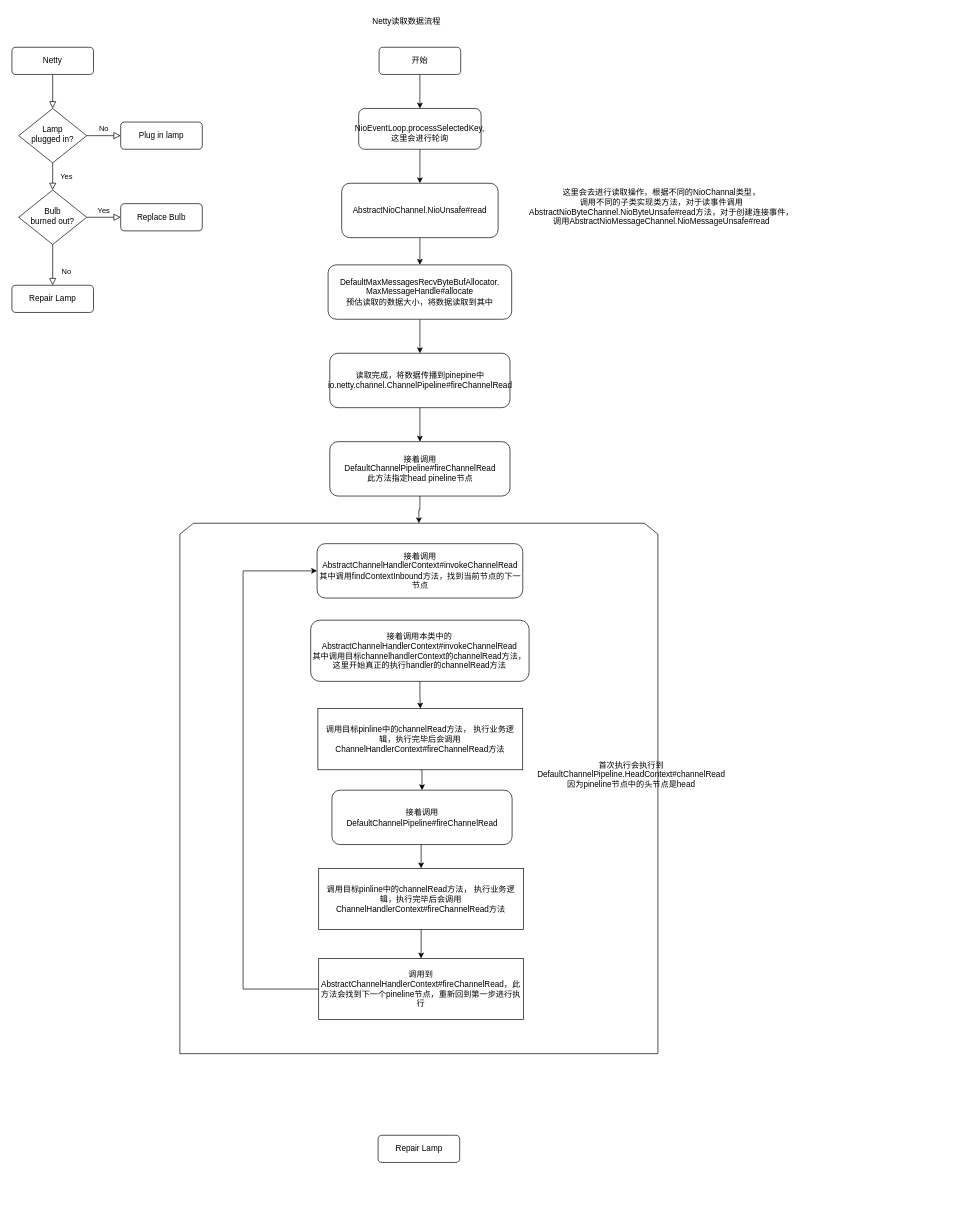
Before: Netty启动.drawio in chenxiOnEarth/diagram, a draw.io diagram. Source tidied: cells renumbered, new cells numbered last; positions are measured from the earlier drawing's top-left corner, leaving out a move shared by most shapes. Both pictures are drawn from the tidied source at 68%, with x=0, y=0 at pixel (12, 12).
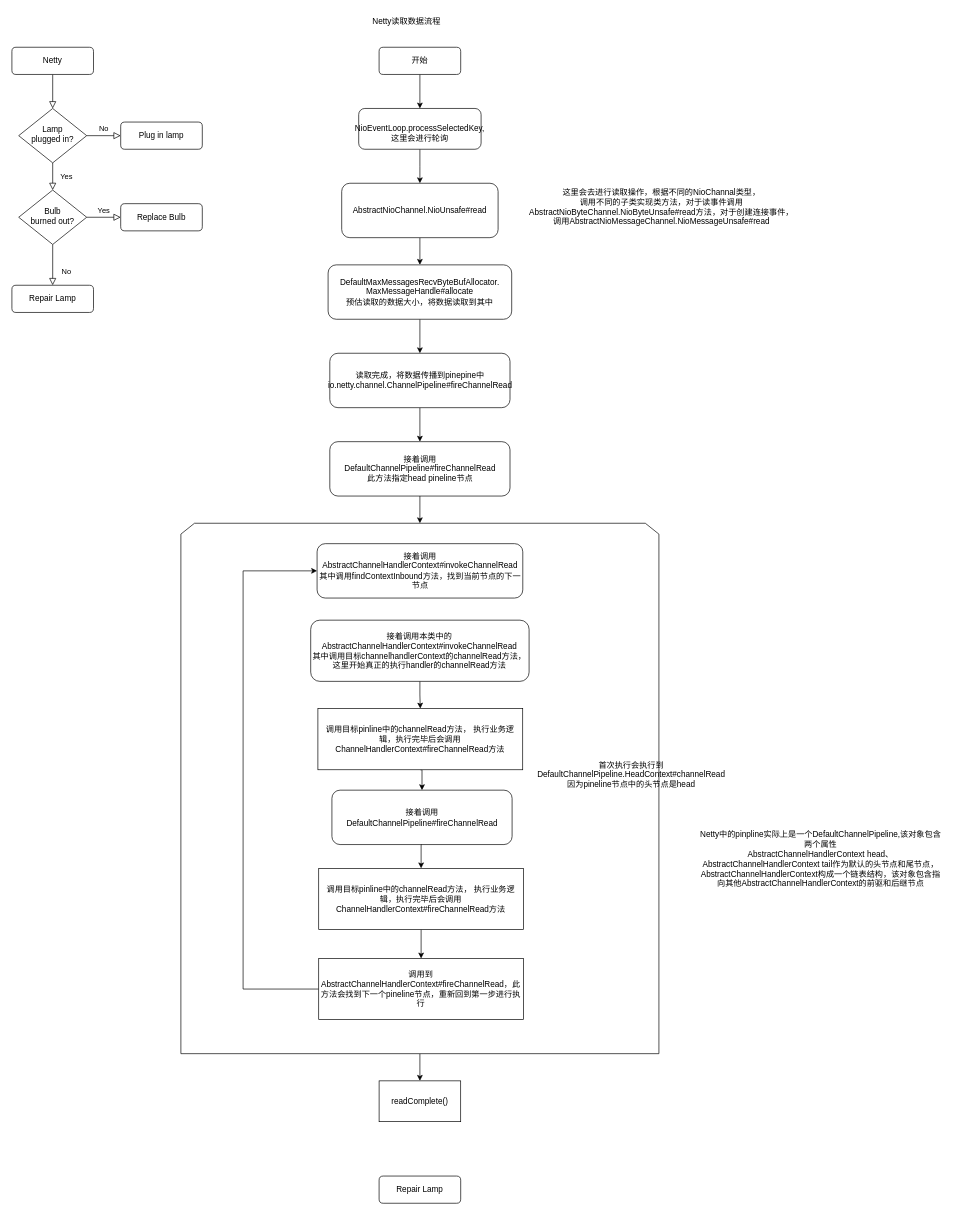
Above is the later version.

Diff of the diagram source:
```diff
@@
+    <mxCell id="41" style="edgeStyle=orthogonalEdgeStyle;rounded=0;jettySize=auto;html=1;exitX=0.5;exitY=1;exitDx=0;exitDy=0;entryX=0.5;entryY=0;entryDx=0;entryDy=0;" parent="1" edge="1" source="2" target="42">
+      <mxGeometry relative="1" as="geometry" />
+    </mxCell>
     <mxCell id="2" style="shape=loopLimit;whiteSpace=wrap;html=1;" parent="1" vertex="1">
-      <mxGeometry x="247" y="752" width="703" height="780" as="geometry" />
+      <mxGeometry x="248.5" y="752" width="703" height="780" as="geometry" />
     </mxCell>
@@
     <mxCell id="18" value="Repair Lamp" style="rounded=1;whiteSpace=wrap;html=1;fontSize=12;glass=0;strokeWidth=1;shadow=0;" parent="1" vertex="1">
-      <mxGeometry x="538.5" y="1652" width="120" height="40" as="geometry" />
+      <mxGeometry x="540" y="1712" width="120" height="40" as="geometry" />
     </mxCell>
@@
+    <mxCell id="42" value="readComplete()" style="whiteSpace=wrap;html=1;" parent="1" vertex="1">
+      <mxGeometry x="540" y="1572" width="120" height="60" as="geometry" />
+    </mxCell>
+    <mxCell id="43" value="Netty中的pinpline实际上是一个DefaultChannelPipeline,该对象包含两个属性&lt;br&gt;AbstractChannelHandlerContext&amp;nbsp;head、&lt;br&gt;AbstractChannelHandlerContext&amp;nbsp;tail作为默认的头节点和尾节点，AbstractChannelHandlerContext构成一个链表结构，该对象包含指向其他AbstractChannelHandlerContext的前驱和后继节点" style="text;html=1;strokeColor=none;fillColor=none;align=center;verticalAlign=middle;whiteSpace=wrap;rounded=0;" parent="1" vertex="1">
+      <mxGeometry x="1010" y="1202" width="359.4" height="87.5" as="geometry" />
+    </mxCell>
```
